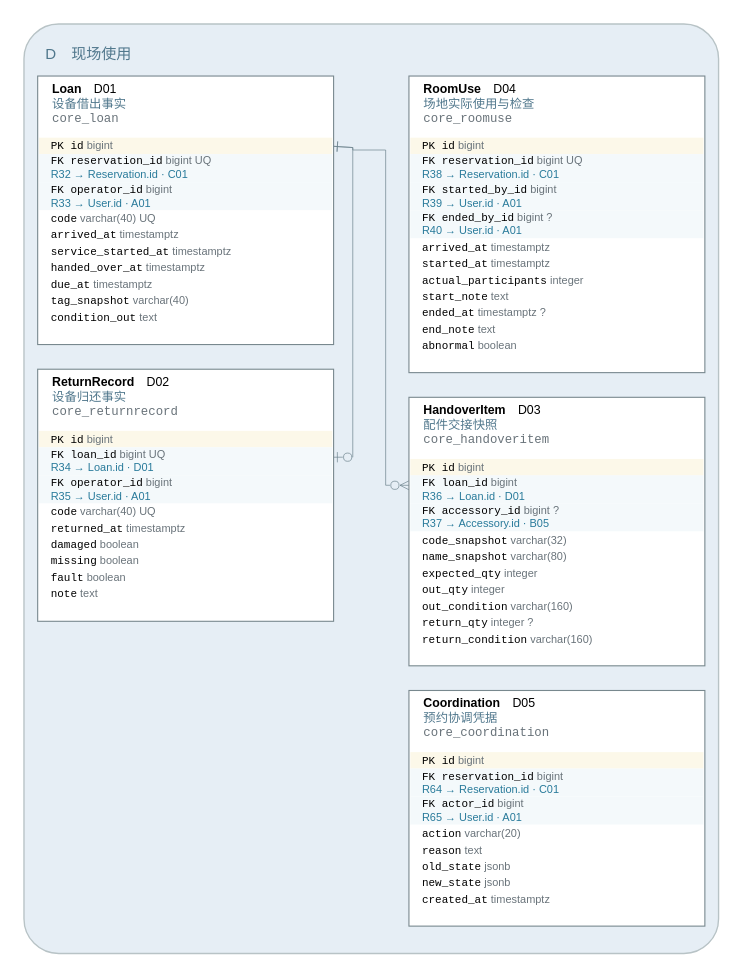
This is models/图形源文件/图D-5-现场使用ERD.drawio from yvming67-gif/campus-lab-equipment-manager, a draw.io file, before an edit. Source tidied: cells renumbered, new cells numbered last; positions are measured from the earlier drawing's top-left corner, leaving out a move shared by most shapes. Both pictures are drawn from the tidied source at 137%, with x=0, y=0 at pixel (23, 23).
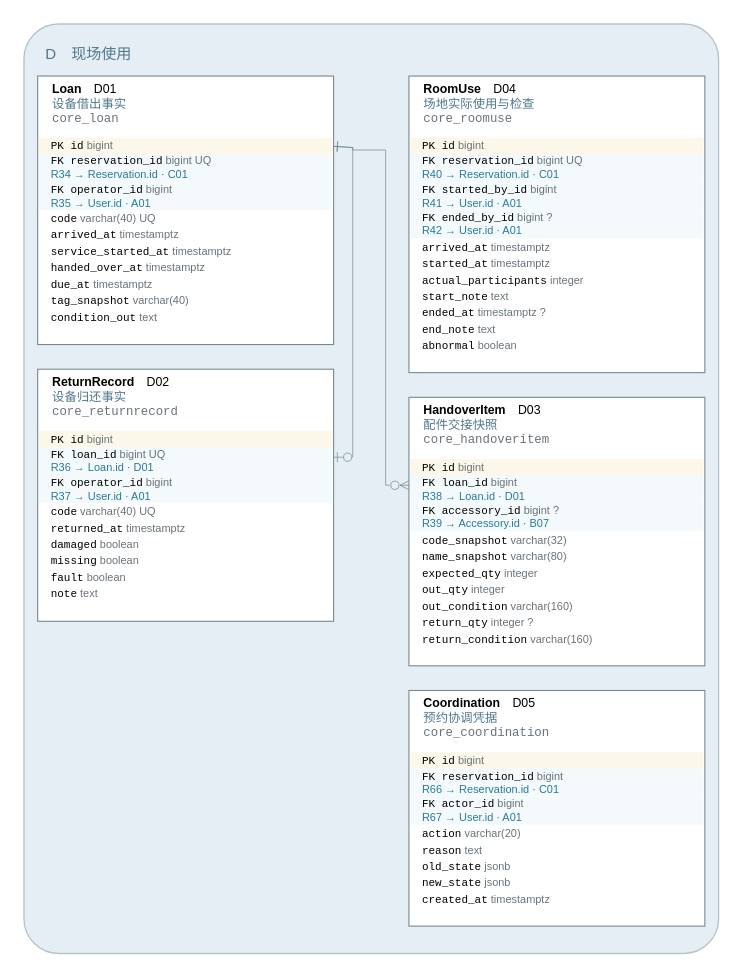
Above is the later version.

Unchanged cells that the change refers to:
```xml
<mxCell id="6" style="rounded=0;fillColor=#ffffff;strokeColor=#78888e;strokeWidth=0.8;" parent="3" vertex="1">
  <mxGeometry x="10" y="38" width="216" height="196" as="geometry" />
</mxCell>
<mxCell id="8" value="&lt;font face='Consolas'&gt;PK id&lt;/font&gt; &lt;font color='#69737a'&gt;bigint&lt;/font&gt;" style="text;html=1;whiteSpace=wrap;fillColor=#fcf8e9;strokeColor=none;align=left;verticalAlign=middle;spacingLeft=7;fontSize=8;fontFamily=Microsoft YaHei;" parent="6" vertex="1">
  <mxGeometry x="1" y="45" width="214" height="12" as="geometry" />
</mxCell>
<mxCell id="18" style="rounded=0;fillColor=#ffffff;strokeColor=#78888e;strokeWidth=0.8;" parent="3" vertex="1">
  <mxGeometry x="10" y="252" width="216" height="184" as="geometry" />
</mxCell>
<mxCell id="29" style="rounded=0;fillColor=#ffffff;strokeColor=#78888e;strokeWidth=0.8;" parent="3" vertex="1">
  <mxGeometry x="281" y="38" width="216" height="216.5" as="geometry" />
</mxCell>
<mxCell id="42" style="rounded=0;fillColor=#ffffff;strokeColor=#78888e;strokeWidth=0.8;" parent="3" vertex="1">
  <mxGeometry x="281" y="272.5" width="216" height="196" as="geometry" />
</mxCell>
<mxCell id="54" style="rounded=0;fillColor=#ffffff;strokeColor=#78888e;strokeWidth=0.8;" parent="3" vertex="1">
  <mxGeometry x="281" y="486.5" width="216" height="172" as="geometry" />
</mxCell>
```

Diff of the diagram source:
```diff
@@
-    <mxCell id="9" value="&lt;font face='Consolas'&gt;FK reservation_id&lt;/font&gt; &lt;font color='#69737a'&gt;bigint UQ&lt;/font&gt;&lt;br/&gt;&lt;font color='#287a9a'&gt;R32 → Reservation.id · C01&lt;/font&gt;" style="text;html=1;whiteSpace=wrap;fillColor=#f4f9fb;strokeColor=none;align=left;verticalAlign=middle;spacingLeft=7;fontSize=8;fontFamily=Microsoft YaHei;" parent="6" vertex="1">
+    <mxCell id="9" value="&lt;font face='Consolas'&gt;FK reservation_id&lt;/font&gt; &lt;font color='#69737a'&gt;bigint UQ&lt;/font&gt;&lt;br/&gt;&lt;font color='#287a9a'&gt;R34 → Reservation.id · C01&lt;/font&gt;" style="text;html=1;whiteSpace=wrap;fillColor=#f4f9fb;strokeColor=none;align=left;verticalAlign=middle;spacingLeft=7;fontSize=8;fontFamily=Microsoft YaHei;" parent="6" vertex="1">
       <mxGeometry x="1" y="57" width="214" height="20.5" as="geometry" />
     </mxCell>
-    <mxCell id="10" value="&lt;font face='Consolas'&gt;FK operator_id&lt;/font&gt; &lt;font color='#69737a'&gt;bigint&lt;/font&gt;&lt;br/&gt;&lt;font color='#287a9a'&gt;R33 → User.id · A01&lt;/font&gt;" style="text;html=1;whiteSpace=wrap;fillColor=#f4f9fb;strokeColor=none;align=left;verticalAlign=middle;spacingLeft=7;fontSize=8;fontFamily=Microsoft YaHei;" parent="6" vertex="1">
+    <mxCell id="10" value="&lt;font face='Consolas'&gt;FK operator_id&lt;/font&gt; &lt;font color='#69737a'&gt;bigint&lt;/font&gt;&lt;br/&gt;&lt;font color='#287a9a'&gt;R35 → User.id · A01&lt;/font&gt;" style="text;html=1;whiteSpace=wrap;fillColor=#f4f9fb;strokeColor=none;align=left;verticalAlign=middle;spacingLeft=7;fontSize=8;fontFamily=Microsoft YaHei;" parent="6" vertex="1">
       <mxGeometry x="1" y="77.5" width="214" height="20.5" as="geometry" />
     </mxCell>
@@
-    <mxCell id="21" value="&lt;font face='Consolas'&gt;FK loan_id&lt;/font&gt; &lt;font color='#69737a'&gt;bigint UQ&lt;/font&gt;&lt;br/&gt;&lt;font color='#287a9a'&gt;R34 → Loan.id · D01&lt;/font&gt;" style="text;html=1;whiteSpace=wrap;fillColor=#f4f9fb;strokeColor=none;align=left;verticalAlign=middle;spacingLeft=7;fontSize=8;fontFamily=Microsoft YaHei;" parent="18" vertex="1">
+    <mxCell id="21" value="&lt;font face='Consolas'&gt;FK loan_id&lt;/font&gt; &lt;font color='#69737a'&gt;bigint UQ&lt;/font&gt;&lt;br/&gt;&lt;font color='#287a9a'&gt;R36 → Loan.id · D01&lt;/font&gt;" style="text;html=1;whiteSpace=wrap;fillColor=#f4f9fb;strokeColor=none;align=left;verticalAlign=middle;spacingLeft=7;fontSize=8;fontFamily=Microsoft YaHei;" parent="18" vertex="1">
       <mxGeometry x="1" y="57" width="214" height="20.5" as="geometry" />
     </mxCell>
-    <mxCell id="22" value="&lt;font face='Consolas'&gt;FK operator_id&lt;/font&gt; &lt;font color='#69737a'&gt;bigint&lt;/font&gt;&lt;br/&gt;&lt;font color='#287a9a'&gt;R35 → User.id · A01&lt;/font&gt;" style="text;html=1;whiteSpace=wrap;fillColor=#f4f9fb;strokeColor=none;align=left;verticalAlign=middle;spacingLeft=7;fontSize=8;fontFamily=Microsoft YaHei;" parent="18" vertex="1">
+    <mxCell id="22" value="&lt;font face='Consolas'&gt;FK operator_id&lt;/font&gt; &lt;font color='#69737a'&gt;bigint&lt;/font&gt;&lt;br/&gt;&lt;font color='#287a9a'&gt;R37 → User.id · A01&lt;/font&gt;" style="text;html=1;whiteSpace=wrap;fillColor=#f4f9fb;strokeColor=none;align=left;verticalAlign=middle;spacingLeft=7;fontSize=8;fontFamily=Microsoft YaHei;" parent="18" vertex="1">
       <mxGeometry x="1" y="77.5" width="214" height="20.5" as="geometry" />
     </mxCell>
@@
-    <mxCell id="32" value="&lt;font face='Consolas'&gt;FK reservation_id&lt;/font&gt; &lt;font color='#69737a'&gt;bigint UQ&lt;/font&gt;&lt;br/&gt;&lt;font color='#287a9a'&gt;R38 → Reservation.id · C01&lt;/font&gt;" style="text;html=1;whiteSpace=wrap;fillColor=#f4f9fb;strokeColor=none;align=left;verticalAlign=middle;spacingLeft=7;fontSize=8;fontFamily=Microsoft YaHei;" parent="29" vertex="1">
+    <mxCell id="32" value="&lt;font face='Consolas'&gt;FK reservation_id&lt;/font&gt; &lt;font color='#69737a'&gt;bigint UQ&lt;/font&gt;&lt;br/&gt;&lt;font color='#287a9a'&gt;R40 → Reservation.id · C01&lt;/font&gt;" style="text;html=1;whiteSpace=wrap;fillColor=#f4f9fb;strokeColor=none;align=left;verticalAlign=middle;spacingLeft=7;fontSize=8;fontFamily=Microsoft YaHei;" parent="29" vertex="1">
       <mxGeometry x="1" y="57" width="214" height="20.5" as="geometry" />
     </mxCell>
-    <mxCell id="33" value="&lt;font face='Consolas'&gt;FK started_by_id&lt;/font&gt; &lt;font color='#69737a'&gt;bigint&lt;/font&gt;&lt;br/&gt;&lt;font color='#287a9a'&gt;R39 → User.id · A01&lt;/font&gt;" style="text;html=1;whiteSpace=wrap;fillColor=#f4f9fb;strokeColor=none;align=left;verticalAlign=middle;spacingLeft=7;fontSize=8;fontFamily=Microsoft YaHei;" parent="29" vertex="1">
+    <mxCell id="33" value="&lt;font face='Consolas'&gt;FK started_by_id&lt;/font&gt; &lt;font color='#69737a'&gt;bigint&lt;/font&gt;&lt;br/&gt;&lt;font color='#287a9a'&gt;R41 → User.id · A01&lt;/font&gt;" style="text;html=1;whiteSpace=wrap;fillColor=#f4f9fb;strokeColor=none;align=left;verticalAlign=middle;spacingLeft=7;fontSize=8;fontFamily=Microsoft YaHei;" parent="29" vertex="1">
       <mxGeometry x="1" y="77.5" width="214" height="20.5" as="geometry" />
     </mxCell>
-    <mxCell id="34" value="&lt;font face='Consolas'&gt;FK ended_by_id&lt;/font&gt; &lt;font color='#69737a'&gt;bigint ?&lt;/font&gt;&lt;br/&gt;&lt;font color='#287a9a'&gt;R40 → User.id · A01&lt;/font&gt;" style="text;html=1;whiteSpace=wrap;fillColor=#f4f9fb;strokeColor=none;align=left;verticalAlign=middle;spacingLeft=7;fontSize=8;fontFamily=Microsoft YaHei;" parent="29" vertex="1">
+    <mxCell id="34" value="&lt;font face='Consolas'&gt;FK ended_by_id&lt;/font&gt; &lt;font color='#69737a'&gt;bigint ?&lt;/font&gt;&lt;br/&gt;&lt;font color='#287a9a'&gt;R42 → User.id · A01&lt;/font&gt;" style="text;html=1;whiteSpace=wrap;fillColor=#f4f9fb;strokeColor=none;align=left;verticalAlign=middle;spacingLeft=7;fontSize=8;fontFamily=Microsoft YaHei;" parent="29" vertex="1">
       <mxGeometry x="1" y="98" width="214" height="20.5" as="geometry" />
     </mxCell>
@@
-    <mxCell id="45" value="&lt;font face='Consolas'&gt;FK loan_id&lt;/font&gt; &lt;font color='#69737a'&gt;bigint&lt;/font&gt;&lt;br/&gt;&lt;font color='#287a9a'&gt;R36 → Loan.id · D01&lt;/font&gt;" style="text;html=1;whiteSpace=wrap;fillColor=#f4f9fb;strokeColor=none;align=left;verticalAlign=middle;spacingLeft=7;fontSize=8;fontFamily=Microsoft YaHei;" parent="42" vertex="1">
+    <mxCell id="45" value="&lt;font face='Consolas'&gt;FK loan_id&lt;/font&gt; &lt;font color='#69737a'&gt;bigint&lt;/font&gt;&lt;br/&gt;&lt;font color='#287a9a'&gt;R38 → Loan.id · D01&lt;/font&gt;" style="text;html=1;whiteSpace=wrap;fillColor=#f4f9fb;strokeColor=none;align=left;verticalAlign=middle;spacingLeft=7;fontSize=8;fontFamily=Microsoft YaHei;" parent="42" vertex="1">
       <mxGeometry x="1" y="57" width="214" height="20.5" as="geometry" />
     </mxCell>
-    <mxCell id="46" value="&lt;font face='Consolas'&gt;FK accessory_id&lt;/font&gt; &lt;font color='#69737a'&gt;bigint ?&lt;/font&gt;&lt;br/&gt;&lt;font color='#287a9a'&gt;R37 → Accessory.id · B05&lt;/font&gt;" style="text;html=1;whiteSpace=wrap;fillColor=#f4f9fb;strokeColor=none;align=left;verticalAlign=middle;spacingLeft=7;fontSize=8;fontFamily=Microsoft YaHei;" parent="42" vertex="1">
+    <mxCell id="46" value="&lt;font face='Consolas'&gt;FK accessory_id&lt;/font&gt; &lt;font color='#69737a'&gt;bigint ?&lt;/font&gt;&lt;br/&gt;&lt;font color='#287a9a'&gt;R39 → Accessory.id · B07&lt;/font&gt;" style="text;html=1;whiteSpace=wrap;fillColor=#f4f9fb;strokeColor=none;align=left;verticalAlign=middle;spacingLeft=7;fontSize=8;fontFamily=Microsoft YaHei;" parent="42" vertex="1">
       <mxGeometry x="1" y="77.5" width="214" height="20.5" as="geometry" />
     </mxCell>
@@
-    <mxCell id="57" value="&lt;font face='Consolas'&gt;FK reservation_id&lt;/font&gt; &lt;font color='#69737a'&gt;bigint&lt;/font&gt;&lt;br/&gt;&lt;font color='#287a9a'&gt;R64 → Reservation.id · C01&lt;/font&gt;" style="text;html=1;whiteSpace=wrap;fillColor=#f4f9fb;strokeColor=none;align=left;verticalAlign=middle;spacingLeft=7;fontSize=8;fontFamily=Microsoft YaHei;" parent="54" vertex="1">
+    <mxCell id="57" value="&lt;font face='Consolas'&gt;FK reservation_id&lt;/font&gt; &lt;font color='#69737a'&gt;bigint&lt;/font&gt;&lt;br/&gt;&lt;font color='#287a9a'&gt;R66 → Reservation.id · C01&lt;/font&gt;" style="text;html=1;whiteSpace=wrap;fillColor=#f4f9fb;strokeColor=none;align=left;verticalAlign=middle;spacingLeft=7;fontSize=8;fontFamily=Microsoft YaHei;" parent="54" vertex="1">
       <mxGeometry x="1" y="57" width="214" height="20.5" as="geometry" />
     </mxCell>
-    <mxCell id="58" value="&lt;font face='Consolas'&gt;FK actor_id&lt;/font&gt; &lt;font color='#69737a'&gt;bigint&lt;/font&gt;&lt;br/&gt;&lt;font color='#287a9a'&gt;R65 → User.id · A01&lt;/font&gt;" style="text;html=1;whiteSpace=wrap;fillColor=#f4f9fb;strokeColor=none;align=left;verticalAlign=middle;spacingLeft=7;fontSize=8;fontFamily=Microsoft YaHei;" parent="54" vertex="1">
+    <mxCell id="58" value="&lt;font face='Consolas'&gt;FK actor_id&lt;/font&gt; &lt;font color='#69737a'&gt;bigint&lt;/font&gt;&lt;br/&gt;&lt;font color='#287a9a'&gt;R67 → User.id · A01&lt;/font&gt;" style="text;html=1;whiteSpace=wrap;fillColor=#f4f9fb;strokeColor=none;align=left;verticalAlign=middle;spacingLeft=7;fontSize=8;fontFamily=Microsoft YaHei;" parent="54" vertex="1">
       <mxGeometry x="1" y="77.5" width="214" height="20.5" as="geometry" />
     </mxCell>
@@
-    <mxCell id="64" style="edgeStyle=orthogonalEdgeStyle;rounded=0;html=1;strokeWidth=0.5;strokeColor=#6b818c;startArrow=ERzeroToOne;endArrow=ERone;startFill=0;endFill=0;exitX=1;exitY=0.3531707317073171;exitDx=0;exitDy=0;entryX=1;entryY=0.52;entryDx=0;entryDy=0;dashed=0;" parent="2" edge="1" source="21" target="8">
-      <mxGeometry relative="1" as="geometry">
-        <Array as="points">
-          <mxPoint x="240" y="316.2" />
-          <mxPoint x="240" y="90.2" />
-        </Array>
-      </mxGeometry>
-    </mxCell>
-    <mxCell id="65" style="edgeStyle=orthogonalEdgeStyle;rounded=0;html=1;strokeWidth=0.5;strokeColor=#6b818c;startArrow=ERzeroToMany;endArrow=ERone;startFill=0;endFill=0;exitX=0;exitY=0.3531707317073171;exitDx=0;exitDy=0;entryX=1;entryY=0.52;entryDx=0;entryDy=0;dashed=0;" parent="2" edge="1" source="45" target="8">
+    <mxCell id="65" style="edgeStyle=orthogonalEdgeStyle;rounded=0;html=1;strokeWidth=0.5;strokeColor=#6b818c;startArrow=ERzeroToOne;endArrow=ERone;startFill=0;endFill=0;exitX=1;exitY=0.3531707317073171;exitDx=0;exitDy=0;entryX=1;entryY=0.52;entryDx=0;entryDy=0;dashed=0;" parent="2" edge="1" source="21" target="8">
       <mxGeometry relative="1" as="geometry">
         <Array as="points">
-          <mxPoint x="264" y="336.7" />
-          <mxPoint x="264" y="92" />
-          <mxPoint x="240" y="92" />
+          <mxPoint x="240" y="316.2" />
           <mxPoint x="240" y="90.2" />
         </Array>
       </mxGeometry>
     </mxCell>
+    <mxCell id="66" style="edgeStyle=orthogonalEdgeStyle;rounded=0;html=1;strokeWidth=0.5;strokeColor=#6b818c;startArrow=ERzeroToMany;endArrow=ERone;startFill=0;endFill=0;exitX=0;exitY=0.3531707317073171;exitDx=0;exitDy=0;entryX=1;entryY=0.52;entryDx=0;entryDy=0;dashed=0;" parent="2" edge="1" source="45" target="8">
+      <mxGeometry relative="1" as="geometry">
+        <Array as="points">
+          <mxPoint x="264" y="336.7" />
+          <mxPoint x="264" y="92" />
+          <mxPoint x="240" y="92" />
+          <mxPoint x="240" y="90.2" />
+        </Array>
+      </mxGeometry>
+    </mxCell>
```
